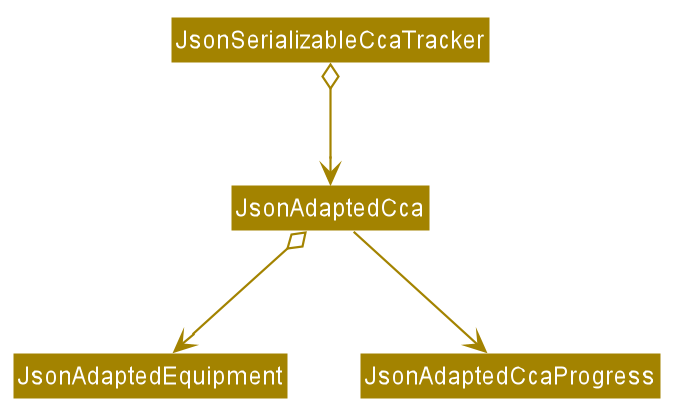
The PlantUML diagram docs/images/storage/CcaTrackerStorageClassDiagram.png in nus-cs2103-AY1920S1/addressbook-level3, before a commit.
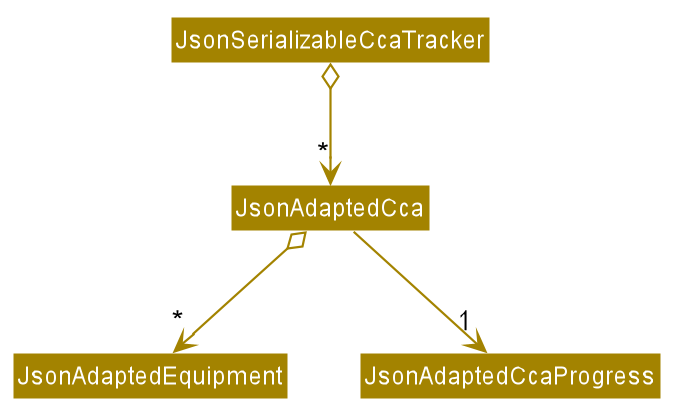
The same file after the commit.

What changed in the source:
```diff
@@ -56,8 +56,8 @@
 Class JsonAdaptedEquipment
 Class JsonAdaptedCcaProgress
 
-JsonSerializableCcaTracker o-down-> JsonAdaptedCca
-JsonAdaptedCca o-down-> JsonAdaptedEquipment
-JsonAdaptedCca -down-> JsonAdaptedCcaProgress
+JsonSerializableCcaTracker o-down-> "*" JsonAdaptedCca
+JsonAdaptedCca o-down-> "*" JsonAdaptedEquipment
+JsonAdaptedCca -down-> "1" JsonAdaptedCcaProgress
 
 @enduml
```
